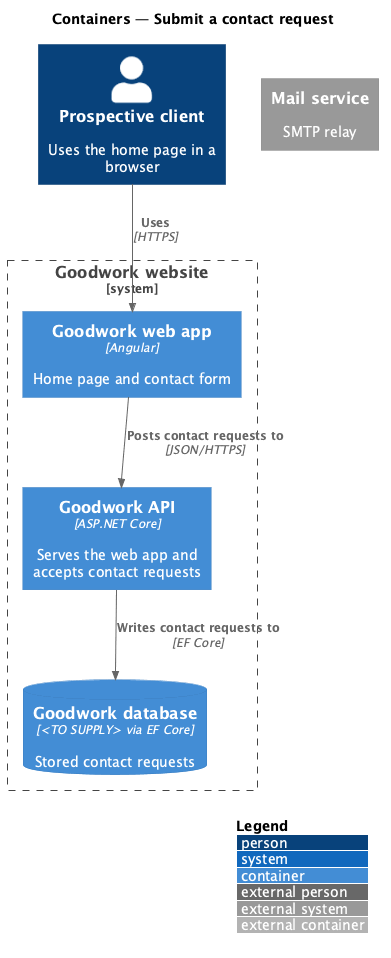
QuinntyneBrown/goodwork keeps this PlantUML diagram as docs/detailed-designs/contact/submit-contact-request/diagrams/c4-container.png. Above is the earlier version. Source of this version:
```plantuml
@startuml
!include <C4/C4_Container>
LAYOUT_WITH_LEGEND()
title Containers — Submit a contact request

Person(visitor, "Prospective client", "Uses the home page in a browser")
System_Boundary(goodwork, "Goodwork website") {
  Container(spa, "Goodwork web app", "Angular", "Home page and contact form")
  Container(api, "Goodwork API", "ASP.NET Core", "Serves the web app and accepts contact requests")
  ContainerDb(db, "Goodwork database", "<TO SUPPLY> via EF Core", "Stored contact requests")
}
System_Ext(mail, "Mail service", "SMTP relay")
Rel(visitor, spa, "Uses", "HTTPS")
Rel(spa, api, "Posts contact requests to", "JSON/HTTPS")
Rel(api, db, "Writes contact requests to", "EF Core")
@enduml
```
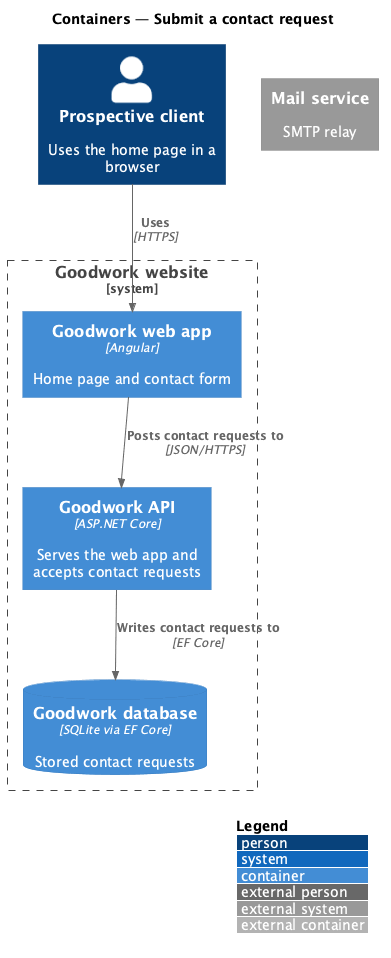
After the change.

Diff of the diagram source:
```diff
@@ -7,7 +7,7 @@
 System_Boundary(goodwork, "Goodwork website") {
   Container(spa, "Goodwork web app", "Angular", "Home page and contact form")
   Container(api, "Goodwork API", "ASP.NET Core", "Serves the web app and accepts contact requests")
-  ContainerDb(db, "Goodwork database", "<TO SUPPLY> via EF Core", "Stored contact requests")
+  ContainerDb(db, "Goodwork database", "SQLite via EF Core", "Stored contact requests")
 }
 System_Ext(mail, "Mail service", "SMTP relay")
 Rel(visitor, spa, "Uses", "HTTPS")
```
